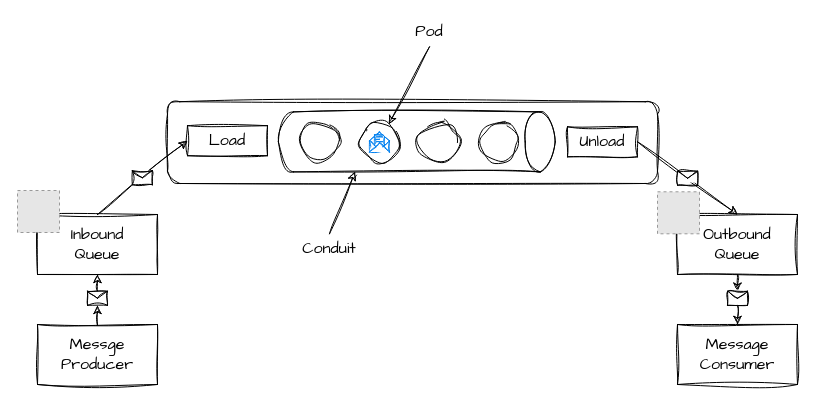
calhuskerfan/calhuskerfan.github.io keeps this draw.io diagram as page "Conduit" (1 of 2) of docs/assets/images/srloader-part2.drawio. Above is the earlier version. Source tidied: cells renumbered, new cells numbered last; positions are measured from the earlier drawing's top-left corner, leaving out a move shared by most shapes. Both pictures are drawn from the tidied source at 100%, with x=0, y=0 at pixel (17, 3). Pictures stored in the file or linked from it are replaced by grey dashed boxes.
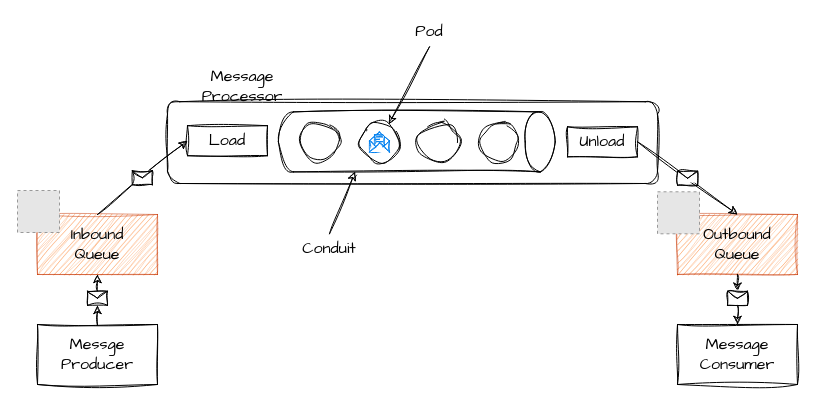
After the change.

The edit, as a diff of the source:
```diff
@@
-    <mxCell id="2" style="rounded=1;whiteSpace=wrap;html=1;sketch=1;curveFitting=1;jiggle=2;" parent="1" vertex="1">
+    <mxCell id="2" style="rounded=1;whiteSpace=wrap;html=1;sketch=1;curveFitting=1;jiggle=2;align=left;verticalAlign=top;" parent="1" vertex="1">
       <mxGeometry x="150" y="98.2" width="490" height="81.8" as="geometry" />
     </mxCell>
@@
-    <mxCell id="4" value="Inbound&lt;div&gt;Queue&lt;/div&gt;" style="rounded=0;whiteSpace=wrap;html=1;fontFamily=Comic Sans MS;fontSize=16;sketch=1;curveFitting=1;jiggle=2;" parent="1" vertex="1">
+    <mxCell id="4" value="Inbound&lt;div&gt;Queue&lt;/div&gt;" style="rounded=0;whiteSpace=wrap;html=1;fontFamily=Comic Sans MS;fontSize=16;sketch=1;curveFitting=1;jiggle=2;fillColor=#fa6800;strokeColor=#C73500;fontColor=#000000;opacity=50;" parent="1" vertex="1">
       <mxGeometry x="20" y="211" width="120" height="60" as="geometry" />
     </mxCell>
-    <mxCell id="5" value="Outbound Queue" style="rounded=0;whiteSpace=wrap;html=1;fontFamily=Comic Sans MS;fontSize=16;sketch=1;curveFitting=1;jiggle=2;" parent="1" vertex="1">
+    <mxCell id="5" value="Outbound Queue" style="rounded=0;whiteSpace=wrap;html=1;fontFamily=Comic Sans MS;fontSize=16;sketch=1;curveFitting=1;jiggle=2;fillColor=#fa6800;strokeColor=#C73500;fontColor=#000000;opacity=50;" parent="1" vertex="1">
       <mxGeometry x="660" y="211" width="120" height="60" as="geometry" />
     </mxCell>
@@
+    <mxCell id="31" value="Message Processor" style="text;html=1;whiteSpace=wrap;strokeColor=none;fillColor=none;align=center;verticalAlign=middle;rounded=0;fontFamily=Comic Sans MS;fontSize=16;" parent="1" vertex="1">
+      <mxGeometry x="150" y="68.2" width="150" height="30" as="geometry" />
+    </mxCell>
```
